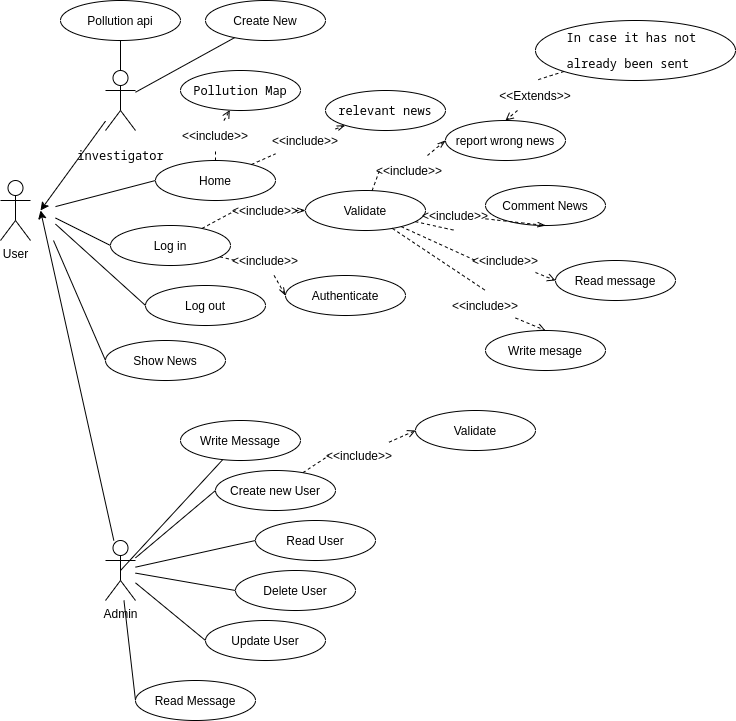
This is doc/use-case.png from RogerPugaRuiz/DAWBIO-M12-PROJECT, a draw.io export, as it was before one commit. Source tidied: cells renumbered, new cells last; positions are measured from the earlier drawing's top-left corner, leaving out a move shared by most shapes. Source of this version:
```xml
<mxGraphModel>
  <root>
    <mxCell id="0" />
    <mxCell id="1" parent="0" />
    <mxCell id="2" style="edgeStyle=none;html=1;entryX=0;entryY=0.5;entryDx=0;entryDy=0;endArrow=none;endFill=0;" parent="1" edge="1" target="24">
      <mxGeometry relative="1" as="geometry">
        <mxPoint x="55" y="206.1" as="sourcePoint" />
      </mxGeometry>
    </mxCell>
    <mxCell id="3" style="edgeStyle=none;html=1;entryX=0;entryY=0.5;entryDx=0;entryDy=0;endArrow=none;endFill=0;" parent="1" edge="1" target="19">
      <mxGeometry relative="1" as="geometry">
        <mxPoint x="55" y="217.5" as="sourcePoint" />
      </mxGeometry>
    </mxCell>
    <mxCell id="4" style="edgeStyle=none;html=1;entryX=0;entryY=0.5;entryDx=0;entryDy=0;endArrow=none;endFill=0;" parent="1" edge="1" target="20">
      <mxGeometry relative="1" as="geometry">
        <mxPoint x="55" y="223.6" as="sourcePoint" />
      </mxGeometry>
    </mxCell>
    <mxCell id="5" style="edgeStyle=none;html=1;entryX=0;entryY=0.5;entryDx=0;entryDy=0;endArrow=none;endFill=0;" parent="1" edge="1" target="21">
      <mxGeometry relative="1" as="geometry">
        <mxPoint x="53" y="240" as="sourcePoint" />
      </mxGeometry>
    </mxCell>
    <mxCell id="6" value="User" style="shape=umlActor;verticalLabelPosition=bottom;verticalAlign=top;html=1;" parent="1" vertex="1">
      <mxGeometry y="180" width="30" height="60" as="geometry" />
    </mxCell>
    <mxCell id="7" style="edgeStyle=none;html=1;entryX=0.5;entryY=0.5;entryDx=0;entryDy=0;entryPerimeter=0;" parent="1" edge="1" source="13">
      <mxGeometry relative="1" as="geometry">
        <mxPoint x="40" y="210" as="targetPoint" />
      </mxGeometry>
    </mxCell>
    <mxCell id="8" style="edgeStyle=none;html=1;entryX=0;entryY=0.5;entryDx=0;entryDy=0;endArrow=none;endFill=0;" parent="1" edge="1" source="13" target="28">
      <mxGeometry relative="1" as="geometry" />
    </mxCell>
    <mxCell id="9" style="edgeStyle=none;html=1;entryX=0;entryY=0.5;entryDx=0;entryDy=0;endArrow=none;endFill=0;" parent="1" edge="1" source="13" target="30">
      <mxGeometry relative="1" as="geometry" />
    </mxCell>
    <mxCell id="10" style="edgeStyle=none;html=1;entryX=0;entryY=0.5;entryDx=0;entryDy=0;endArrow=none;endFill=0;" parent="1" edge="1" source="13" target="29">
      <mxGeometry relative="1" as="geometry" />
    </mxCell>
    <mxCell id="11" style="edgeStyle=none;html=1;entryX=0;entryY=0.5;entryDx=0;entryDy=0;endArrow=none;endFill=0;" parent="1" edge="1" source="13" target="40">
      <mxGeometry relative="1" as="geometry" />
    </mxCell>
    <mxCell id="12" style="edgeStyle=none;html=1;entryX=0;entryY=0.5;entryDx=0;entryDy=0;endArrow=none;endFill=0;" parent="1" edge="1" source="13" target="41">
      <mxGeometry relative="1" as="geometry" />
    </mxCell>
    <mxCell id="13" value="Admin" style="shape=umlActor;verticalLabelPosition=bottom;verticalAlign=top;html=1;outlineConnect=0;" parent="1" vertex="1">
      <mxGeometry x="105" y="540" width="30" height="60" as="geometry" />
    </mxCell>
    <mxCell id="14" style="edgeStyle=none;html=1;entryX=0.5;entryY=0.5;entryDx=0;entryDy=0;entryPerimeter=0;" parent="1" edge="1" source="16">
      <mxGeometry relative="1" as="geometry">
        <mxPoint x="40" y="210" as="targetPoint" />
      </mxGeometry>
    </mxCell>
    <mxCell id="15" style="edgeStyle=none;html=1;endArrow=none;endFill=0;" parent="1" edge="1" source="16" target="65">
      <mxGeometry relative="1" as="geometry" />
    </mxCell>
    <mxCell id="16" value="&lt;pre class=&quot;tw-data-text tw-text-large tw-ta&quot; id=&quot;tw-target-text&quot; style=&quot;text-align: left&quot; dir=&quot;ltr&quot;&gt;&lt;pre class=&quot;tw-data-text tw-text-large tw-ta&quot; id=&quot;tw-target-text&quot; dir=&quot;ltr&quot;&gt;&lt;span class=&quot;Y2IQFc&quot; lang=&quot;en&quot;&gt;investigator&lt;/span&gt;&lt;/pre&gt;&lt;/pre&gt;" style="shape=umlActor;verticalLabelPosition=bottom;verticalAlign=top;html=1;outlineConnect=0;" parent="1" vertex="1">
      <mxGeometry x="105" y="70" width="30" height="60" as="geometry" />
    </mxCell>
    <mxCell id="17" style="edgeStyle=none;html=1;entryX=0;entryY=0.5;entryDx=0;entryDy=0;dashed=1;endArrow=openThin;endFill=0;startArrow=none;" parent="1" edge="1" source="37" target="35">
      <mxGeometry relative="1" as="geometry" />
    </mxCell>
    <mxCell id="18" style="edgeStyle=none;html=1;entryX=0;entryY=0.5;entryDx=0;entryDy=0;dashed=1;endArrow=openThin;endFill=0;startArrow=none;" parent="1" edge="1" source="50" target="36">
      <mxGeometry relative="1" as="geometry" />
    </mxCell>
    <mxCell id="19" value="Log in" style="ellipse;whiteSpace=wrap;html=1;" parent="1" vertex="1">
      <mxGeometry x="110" y="225" width="120" height="40" as="geometry" />
    </mxCell>
    <mxCell id="20" value="Log out" style="ellipse;whiteSpace=wrap;html=1;" parent="1" vertex="1">
      <mxGeometry x="145" y="285" width="120" height="40" as="geometry" />
    </mxCell>
    <mxCell id="21" value="Show News" style="ellipse;whiteSpace=wrap;html=1;" parent="1" vertex="1">
      <mxGeometry x="105" y="340" width="120" height="40" as="geometry" />
    </mxCell>
    <mxCell id="22" style="edgeStyle=none;html=1;dashed=1;endArrow=openThin;endFill=0;startArrow=none;" parent="1" edge="1" source="56" target="39">
      <mxGeometry relative="1" as="geometry" />
    </mxCell>
    <mxCell id="23" style="edgeStyle=none;html=1;endArrow=open;endFill=0;dashed=1;startArrow=none;" parent="1" edge="1" source="67" target="66">
      <mxGeometry relative="1" as="geometry" />
    </mxCell>
    <mxCell id="24" value="Home" style="ellipse;whiteSpace=wrap;html=1;" parent="1" vertex="1">
      <mxGeometry x="155" y="160" width="120" height="40" as="geometry" />
    </mxCell>
    <mxCell id="25" value="Comment News" style="ellipse;whiteSpace=wrap;html=1;" parent="1" vertex="1">
      <mxGeometry x="485" y="185" width="120" height="40" as="geometry" />
    </mxCell>
    <mxCell id="26" value="&lt;span style=&quot;text-align: left&quot;&gt;report wrong news&lt;/span&gt;&lt;span style=&quot;color: rgba(0 , 0 , 0 , 0) ; font-family: monospace ; font-size: 0px&quot;&gt;3CmxGraphModel%3E%3Croot%3E%3CmxCell%20id%3D%220%22%2F%3E%3CmxCell%20id%3D%221%22%20parent%3D%220%22%2F%3E%3CmxCell%20id%3D%222%22%20value%3D%22Comment%20News%22%20style%3D%22ellipse%3BwhiteSpace%3Dwrap%3Bhtml%3D1%3B%22%20vertex%3D%221%22%20parent%3D%221%22%3E%3CmxGeometry%20x%3D%22290%22%20y%3D%22370%22%20width%3D%22120%22%20height%3D%2240%22%20as%3D%22geometry%22%2F%3E%3C%2FmxCell%3E%3C%2Froot%3E%3C%2FmxGraphModel%3E&lt;/span&gt;&lt;span style=&quot;color: rgba(0 , 0 , 0 , 0) ; font-family: monospace ; font-size: 0px&quot;&gt;%3CmxGraphModel%3E%3Croot%3E%3CmxCell%20id%3D%220%22%2F%3E%3CmxCell%20id%3D%221%22%20parent%3D%220%22%2F%3E%3CmxCell%20id%3D%222%22%20value%3D%22Comment%20News%22%20style%3D%22ellipse%3BwhiteSpace%3Dwrap%3Bhtml%3D1%3B%22%20vertex%3D%221%22%20parent%3D%221%22%3E%3CmxGeometry%20x%3D%22290%22%20y%3D%22370%22%20width%3D%22120%22%20height%3D%2240%22%20as%3D%22geometry%22%2F%3E%3C%2FmxCell%3E%3C%2Froot%3E%3C%2FmxGraphModel%3E&lt;/span&gt;" style="ellipse;whiteSpace=wrap;html=1;" parent="1" vertex="1">
      <mxGeometry x="445" y="120" width="120" height="40" as="geometry" />
    </mxCell>
    <mxCell id="27" style="edgeStyle=none;html=1;entryX=0;entryY=0.5;entryDx=0;entryDy=0;dashed=1;endArrow=open;endFill=0;startArrow=none;" parent="1" edge="1" source="63" target="62">
      <mxGeometry relative="1" as="geometry" />
    </mxCell>
    <mxCell id="28" value="Create new User" style="ellipse;whiteSpace=wrap;html=1;" parent="1" vertex="1">
      <mxGeometry x="215" y="470" width="120" height="40" as="geometry" />
    </mxCell>
    <mxCell id="29" value="Delete User" style="ellipse;whiteSpace=wrap;html=1;" parent="1" vertex="1">
      <mxGeometry x="235" y="570" width="120" height="40" as="geometry" />
    </mxCell>
    <mxCell id="30" value="Read User" style="ellipse;whiteSpace=wrap;html=1;" parent="1" vertex="1">
      <mxGeometry x="255" y="520" width="120" height="40" as="geometry" />
    </mxCell>
    <mxCell id="31" style="edgeStyle=none;html=1;entryX=0.5;entryY=1;entryDx=0;entryDy=0;dashed=1;endArrow=openThin;endFill=0;startArrow=none;" parent="1" edge="1" source="52" target="25">
      <mxGeometry relative="1" as="geometry" />
    </mxCell>
    <mxCell id="32" style="edgeStyle=none;html=1;entryX=0;entryY=0.5;entryDx=0;entryDy=0;dashed=1;endArrow=openThin;endFill=0;startArrow=none;" parent="1" edge="1" source="54" target="26">
      <mxGeometry relative="1" as="geometry" />
    </mxCell>
    <mxCell id="33" style="edgeStyle=none;html=1;entryX=0;entryY=0.5;entryDx=0;entryDy=0;endArrow=open;endFill=0;dashed=1;startArrow=none;" parent="1" edge="1" source="45" target="44">
      <mxGeometry relative="1" as="geometry" />
    </mxCell>
    <mxCell id="34" style="edgeStyle=none;html=1;entryX=0.5;entryY=0;entryDx=0;entryDy=0;endArrow=open;endFill=0;dashed=1;startArrow=none;" parent="1" edge="1" source="48" target="47">
      <mxGeometry relative="1" as="geometry" />
    </mxCell>
    <mxCell id="35" value="&lt;div style=&quot;text-align: left&quot;&gt;&lt;span&gt;Validate&lt;/span&gt;&lt;/div&gt;" style="ellipse;whiteSpace=wrap;html=1;" parent="1" vertex="1">
      <mxGeometry x="305" y="190" width="120" height="40" as="geometry" />
    </mxCell>
    <mxCell id="36" value="&lt;div style=&quot;text-align: left&quot;&gt;&lt;span&gt;Authenticate&lt;/span&gt;&lt;/div&gt;" style="ellipse;whiteSpace=wrap;html=1;" parent="1" vertex="1">
      <mxGeometry x="285" y="275" width="120" height="40" as="geometry" />
    </mxCell>
    <mxCell id="37" value="&amp;lt;&amp;lt;include&amp;gt;&amp;gt;" style="text;html=1;strokeColor=none;fillColor=none;align=center;verticalAlign=middle;whiteSpace=wrap;rounded=0;" parent="1" vertex="1">
      <mxGeometry x="235" y="195" width="60" height="30" as="geometry" />
    </mxCell>
    <mxCell id="38" style="edgeStyle=none;html=1;entryX=0;entryY=0.5;entryDx=0;entryDy=0;dashed=1;endArrow=none;endFill=0;" parent="1" edge="1" source="19" target="37">
      <mxGeometry relative="1" as="geometry" />
    </mxCell>
    <mxCell id="39" value="&lt;pre class=&quot;tw-data-text tw-text-large tw-ta&quot; id=&quot;tw-target-text&quot; style=&quot;text-align: left&quot; dir=&quot;ltr&quot;&gt;&lt;span class=&quot;Y2IQFc&quot; lang=&quot;en&quot;&gt;relevant news&lt;/span&gt;&lt;/pre&gt;" style="ellipse;whiteSpace=wrap;html=1;" parent="1" vertex="1">
      <mxGeometry x="325" y="90" width="120" height="40" as="geometry" />
    </mxCell>
    <mxCell id="40" value="Update User" style="ellipse;whiteSpace=wrap;html=1;" parent="1" vertex="1">
      <mxGeometry x="205" y="620" width="120" height="40" as="geometry" />
    </mxCell>
    <mxCell id="41" value="Read Message" style="ellipse;whiteSpace=wrap;html=1;" parent="1" vertex="1">
      <mxGeometry x="135" y="680" width="120" height="40" as="geometry" />
    </mxCell>
    <mxCell id="42" style="edgeStyle=none;html=1;entryX=0.5;entryY=0.5;entryDx=0;entryDy=0;entryPerimeter=0;endArrow=none;endFill=0;" parent="1" edge="1" source="43" target="13">
      <mxGeometry relative="1" as="geometry" />
    </mxCell>
    <mxCell id="43" value="Write Message" style="ellipse;whiteSpace=wrap;html=1;" parent="1" vertex="1">
      <mxGeometry x="180" y="420" width="120" height="40" as="geometry" />
    </mxCell>
    <mxCell id="44" value="&lt;div style=&quot;text-align: left&quot;&gt;&lt;span&gt;Read message&lt;/span&gt;&lt;/div&gt;" style="ellipse;whiteSpace=wrap;html=1;" parent="1" vertex="1">
      <mxGeometry x="555" y="260" width="120" height="40" as="geometry" />
    </mxCell>
    <mxCell id="45" value="&amp;lt;&amp;lt;include&amp;gt;&amp;gt;" style="text;html=1;strokeColor=none;fillColor=none;align=center;verticalAlign=middle;whiteSpace=wrap;rounded=0;" parent="1" vertex="1">
      <mxGeometry x="475" y="245" width="60" height="30" as="geometry" />
    </mxCell>
    <mxCell id="46" style="edgeStyle=none;html=1;entryX=0;entryY=0.5;entryDx=0;entryDy=0;endArrow=none;endFill=0;dashed=1;" parent="1" edge="1" source="35" target="45">
      <mxGeometry relative="1" as="geometry" />
    </mxCell>
    <mxCell id="47" value="&lt;div style=&quot;text-align: left&quot;&gt;Write mesage&lt;/div&gt;" style="ellipse;whiteSpace=wrap;html=1;" parent="1" vertex="1">
      <mxGeometry x="485" y="330" width="120" height="40" as="geometry" />
    </mxCell>
    <mxCell id="48" value="&amp;lt;&amp;lt;include&amp;gt;&amp;gt;" style="text;html=1;strokeColor=none;fillColor=none;align=center;verticalAlign=middle;whiteSpace=wrap;rounded=0;" parent="1" vertex="1">
      <mxGeometry x="455" y="290" width="60" height="30" as="geometry" />
    </mxCell>
    <mxCell id="49" style="edgeStyle=none;html=1;entryX=0.5;entryY=0;entryDx=0;entryDy=0;endArrow=none;endFill=0;dashed=1;" parent="1" edge="1" source="35" target="48">
      <mxGeometry relative="1" as="geometry" />
    </mxCell>
    <mxCell id="50" value="&amp;lt;&amp;lt;include&amp;gt;&amp;gt;" style="text;html=1;strokeColor=none;fillColor=none;align=center;verticalAlign=middle;whiteSpace=wrap;rounded=0;" parent="1" vertex="1">
      <mxGeometry x="235" y="245" width="60" height="30" as="geometry" />
    </mxCell>
    <mxCell id="51" style="edgeStyle=none;html=1;entryX=0;entryY=0.5;entryDx=0;entryDy=0;dashed=1;endArrow=none;endFill=0;" parent="1" edge="1" source="19" target="50">
      <mxGeometry relative="1" as="geometry" />
    </mxCell>
    <mxCell id="52" value="&amp;lt;&amp;lt;include&amp;gt;&amp;gt;" style="text;html=1;strokeColor=none;fillColor=none;align=center;verticalAlign=middle;whiteSpace=wrap;rounded=0;" parent="1" vertex="1">
      <mxGeometry x="425" y="200" width="60" height="30" as="geometry" />
    </mxCell>
    <mxCell id="53" style="edgeStyle=none;html=1;entryX=0.5;entryY=1;entryDx=0;entryDy=0;dashed=1;endArrow=none;endFill=0;" parent="1" edge="1" source="35" target="52">
      <mxGeometry relative="1" as="geometry" />
    </mxCell>
    <mxCell id="54" value="&amp;lt;&amp;lt;include&amp;gt;&amp;gt;" style="text;html=1;strokeColor=none;fillColor=none;align=center;verticalAlign=middle;whiteSpace=wrap;rounded=0;" parent="1" vertex="1">
      <mxGeometry x="379" y="155" width="60" height="30" as="geometry" />
    </mxCell>
    <mxCell id="55" style="edgeStyle=none;html=1;entryX=0;entryY=0.5;entryDx=0;entryDy=0;dashed=1;endArrow=none;endFill=0;" parent="1" edge="1" source="35" target="54">
      <mxGeometry relative="1" as="geometry" />
    </mxCell>
    <mxCell id="56" value="&amp;lt;&amp;lt;include&amp;gt;&amp;gt;" style="text;html=1;strokeColor=none;fillColor=none;align=center;verticalAlign=middle;whiteSpace=wrap;rounded=0;" parent="1" vertex="1">
      <mxGeometry x="275" y="125" width="60" height="30" as="geometry" />
    </mxCell>
    <mxCell id="57" style="edgeStyle=none;html=1;dashed=1;endArrow=none;endFill=0;" parent="1" edge="1" source="24" target="56">
      <mxGeometry relative="1" as="geometry" />
    </mxCell>
    <mxCell id="58" style="edgeStyle=none;html=1;entryX=0.5;entryY=0;entryDx=0;entryDy=0;dashed=1;endArrow=open;endFill=0;startArrow=none;" parent="1" edge="1" source="60" target="26">
      <mxGeometry relative="1" as="geometry" />
    </mxCell>
    <mxCell id="59" value="&lt;pre class=&quot;tw-data-text tw-text-large tw-ta&quot; id=&quot;tw-target-text&quot; style=&quot;text-align: left&quot; dir=&quot;ltr&quot;&gt;&lt;span class=&quot;Y2IQFc&quot; lang=&quot;en&quot;&gt;In case it has not &lt;/span&gt;&lt;/pre&gt;&lt;pre class=&quot;tw-data-text tw-text-large tw-ta&quot; id=&quot;tw-target-text&quot; style=&quot;text-align: left&quot; dir=&quot;ltr&quot;&gt;&lt;span class=&quot;Y2IQFc&quot; lang=&quot;en&quot;&gt;already been sent&lt;/span&gt;&lt;/pre&gt;" style="ellipse;whiteSpace=wrap;html=1;" parent="1" vertex="1">
      <mxGeometry x="535" y="20" width="200" height="60" as="geometry" />
    </mxCell>
    <mxCell id="60" value="&amp;lt;&amp;lt;Extends&amp;gt;&amp;gt;" style="text;html=1;strokeColor=none;fillColor=none;align=center;verticalAlign=middle;whiteSpace=wrap;rounded=0;" parent="1" vertex="1">
      <mxGeometry x="505" y="80" width="60" height="30" as="geometry" />
    </mxCell>
    <mxCell id="61" style="edgeStyle=none;html=1;entryX=0.5;entryY=0;entryDx=0;entryDy=0;dashed=1;endArrow=none;endFill=0;" parent="1" edge="1" source="59" target="60">
      <mxGeometry relative="1" as="geometry" />
    </mxCell>
    <mxCell id="62" value="Validate" style="ellipse;whiteSpace=wrap;html=1;" parent="1" vertex="1">
      <mxGeometry x="415" y="410" width="120" height="40" as="geometry" />
    </mxCell>
    <mxCell id="63" value="&amp;lt;&amp;lt;include&amp;gt;&amp;gt;" style="text;html=1;strokeColor=none;fillColor=none;align=center;verticalAlign=middle;whiteSpace=wrap;rounded=0;" parent="1" vertex="1">
      <mxGeometry x="328.5" y="440" width="60" height="30" as="geometry" />
    </mxCell>
    <mxCell id="64" style="edgeStyle=none;html=1;entryX=0;entryY=0.5;entryDx=0;entryDy=0;dashed=1;endArrow=none;endFill=0;" parent="1" edge="1" source="28" target="63">
      <mxGeometry relative="1" as="geometry" />
    </mxCell>
    <mxCell id="65" value="Create New" style="ellipse;whiteSpace=wrap;html=1;" parent="1" vertex="1">
      <mxGeometry x="205" width="120" height="40" as="geometry" />
    </mxCell>
    <mxCell id="66" value="&lt;pre class=&quot;tw-data-text tw-text-large tw-ta&quot; id=&quot;tw-target-text&quot; style=&quot;text-align: left&quot; dir=&quot;ltr&quot;&gt;Pollution Map&lt;/pre&gt;" style="ellipse;whiteSpace=wrap;html=1;" parent="1" vertex="1">
      <mxGeometry x="180" y="70" width="120" height="40" as="geometry" />
    </mxCell>
    <mxCell id="67" value="&amp;lt;&amp;lt;include&amp;gt;&amp;gt;" style="text;html=1;strokeColor=none;fillColor=none;align=center;verticalAlign=middle;whiteSpace=wrap;rounded=0;" parent="1" vertex="1">
      <mxGeometry x="185" y="120" width="60" height="30" as="geometry" />
    </mxCell>
    <mxCell id="68" style="edgeStyle=none;html=1;endArrow=none;endFill=0;dashed=1;" parent="1" edge="1" source="24" target="67">
      <mxGeometry relative="1" as="geometry" />
    </mxCell>
    <mxCell id="69" style="edgeStyle=none;html=1;entryX=0.5;entryY=0;entryDx=0;entryDy=0;entryPerimeter=0;endArrow=none;endFill=0;" parent="1" edge="1" source="70" target="16">
      <mxGeometry relative="1" as="geometry" />
    </mxCell>
    <mxCell id="70" value="&lt;span class=&quot;VIiyi&quot; lang=&quot;en&quot;&gt;Pollution api&lt;/span&gt;" style="ellipse;whiteSpace=wrap;html=1;" parent="1" vertex="1">
      <mxGeometry x="60" width="120" height="40" as="geometry" />
    </mxCell>
  </root>
</mxGraphModel>
```
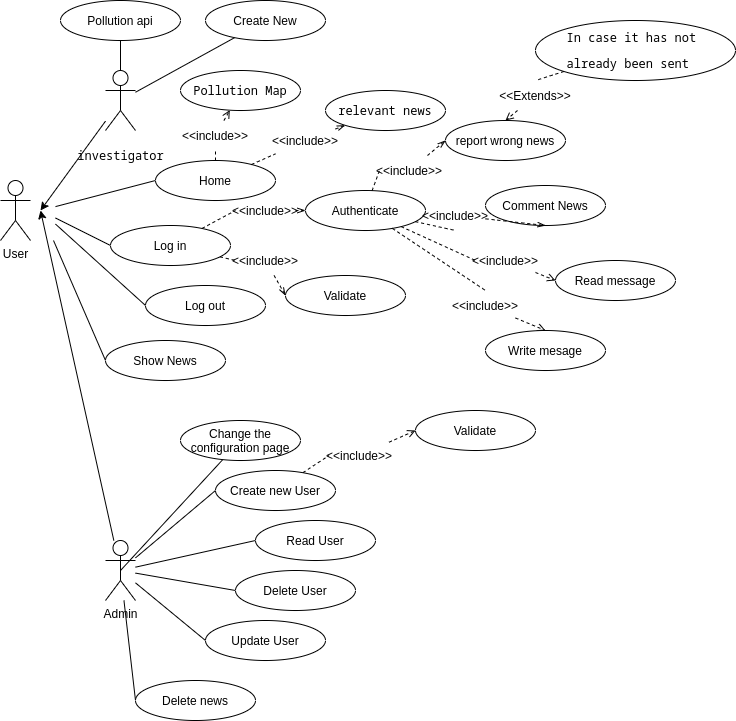
Later version of the same file.

The edit, as a diff of the source:
```diff
@@ -113,10 +113,10 @@
     <mxCell id="34" style="edgeStyle=none;html=1;entryX=0.5;entryY=0;entryDx=0;entryDy=0;endArrow=open;endFill=0;dashed=1;startArrow=none;" parent="1" edge="1" source="48" target="47">
       <mxGeometry relative="1" as="geometry" />
     </mxCell>
-    <mxCell id="35" value="&lt;div style=&quot;text-align: left&quot;&gt;&lt;span&gt;Validate&lt;/span&gt;&lt;/div&gt;" style="ellipse;whiteSpace=wrap;html=1;" parent="1" vertex="1">
+    <mxCell id="35" value="&lt;span style=&quot;text-align: left&quot;&gt;Authenticate&lt;/span&gt;" style="ellipse;whiteSpace=wrap;html=1;" parent="1" vertex="1">
       <mxGeometry x="305" y="190" width="120" height="40" as="geometry" />
     </mxCell>
-    <mxCell id="36" value="&lt;div style=&quot;text-align: left&quot;&gt;&lt;span&gt;Authenticate&lt;/span&gt;&lt;/div&gt;" style="ellipse;whiteSpace=wrap;html=1;" parent="1" vertex="1">
+    <mxCell id="36" value="&lt;div style=&quot;text-align: left&quot;&gt;Validate&lt;br&gt;&lt;/div&gt;" style="ellipse;whiteSpace=wrap;html=1;" parent="1" vertex="1">
       <mxGeometry x="285" y="275" width="120" height="40" as="geometry" />
     </mxCell>
     <mxCell id="37" value="&amp;lt;&amp;lt;include&amp;gt;&amp;gt;" style="text;html=1;strokeColor=none;fillColor=none;align=center;verticalAlign=middle;whiteSpace=wrap;rounded=0;" parent="1" vertex="1">
@@ -131,13 +131,13 @@
     <mxCell id="40" value="Update User" style="ellipse;whiteSpace=wrap;html=1;" parent="1" vertex="1">
       <mxGeometry x="205" y="620" width="120" height="40" as="geometry" />
     </mxCell>
-    <mxCell id="41" value="Read Message" style="ellipse;whiteSpace=wrap;html=1;" parent="1" vertex="1">
+    <mxCell id="41" value="Delete news" style="ellipse;whiteSpace=wrap;html=1;" parent="1" vertex="1">
       <mxGeometry x="135" y="680" width="120" height="40" as="geometry" />
     </mxCell>
     <mxCell id="42" style="edgeStyle=none;html=1;entryX=0.5;entryY=0.5;entryDx=0;entryDy=0;entryPerimeter=0;endArrow=none;endFill=0;" parent="1" edge="1" source="43" target="13">
       <mxGeometry relative="1" as="geometry" />
     </mxCell>
-    <mxCell id="43" value="Write Message" style="ellipse;whiteSpace=wrap;html=1;" parent="1" vertex="1">
+    <mxCell id="43" value="Change the configuration page" style="ellipse;whiteSpace=wrap;html=1;" parent="1" vertex="1">
       <mxGeometry x="180" y="420" width="120" height="40" as="geometry" />
     </mxCell>
     <mxCell id="44" value="&lt;div style=&quot;text-align: left&quot;&gt;&lt;span&gt;Read message&lt;/span&gt;&lt;/div&gt;" style="ellipse;whiteSpace=wrap;html=1;" parent="1" vertex="1">
```
